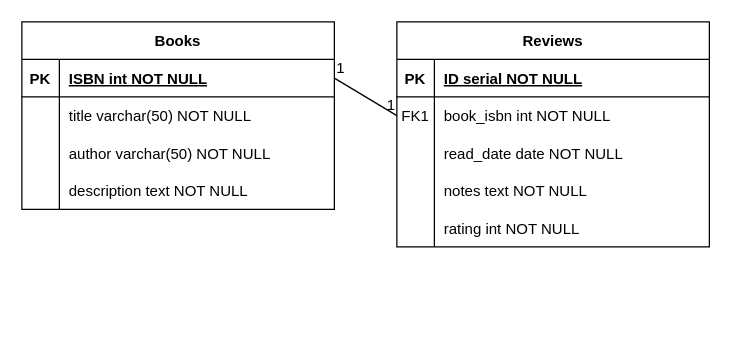
Above: SQL/CapstoneProject_BookNotes.drawio in KovacsDe17/webdev-capstone-5 (draw.io), before the change. Source tidied: cells renumbered, new cells numbered last; positions are measured from the earlier drawing's top-left corner, leaving out a move shared by most shapes. Both pictures are drawn from the tidied source at 125%, with x=0, y=0 at pixel (21, 21).
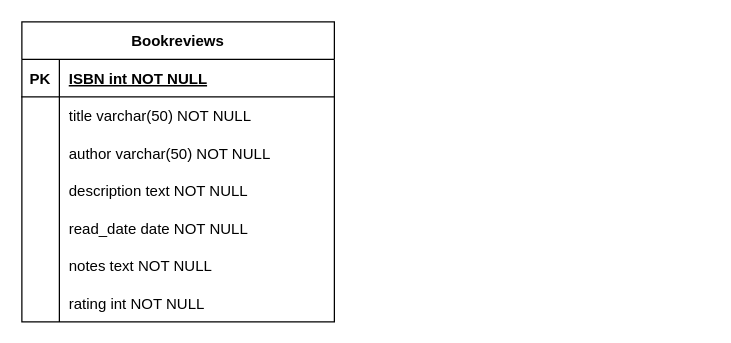
The same diagram, later.

Unchanged cells that the change refers to:
```xml
<mxCell id="19" style="shape=partialRectangle;fillColor=none;points=[[0,0.5],[1,0.5]];portConstraint=eastwest;top=0;left=0;right=0;bottom=1;" parent="18" vertex="1">
  <mxGeometry y="30" width="250" height="30" as="geometry" />
</mxCell>
```

The edit, as a diff of the source:
```diff
@@
-    <mxCell id="2" value="Reviews" style="shape=table;startSize=30;childLayout=tableLayout;rowLines=0;fontStyle=1;align=center;" parent="1" vertex="1">
-      <mxGeometry x="300" width="250" height="180" as="geometry" />
-    </mxCell>
-    <mxCell id="3" style="shape=partialRectangle;fillColor=none;top=0;left=0;right=0;bottom=1;" parent="2" vertex="1">
-      <mxGeometry y="30" width="250" height="30" as="geometry" />
-    </mxCell>
-    <mxCell id="4" value="PK" style="shape=partialRectangle;overflow=hidden;fillColor=none;top=0;left=0;bottom=0;right=0;fontStyle=1;" parent="3" vertex="1">
-      <mxGeometry width="30" height="30" as="geometry" />
-    </mxCell>
-    <mxCell id="5" value="ID serial NOT NULL " style="shape=partialRectangle;overflow=hidden;fillColor=none;top=0;left=0;bottom=0;right=0;align=left;spacingLeft=6;fontStyle=5;" parent="3" vertex="1">
-      <mxGeometry x="30" width="220" height="30" as="geometry" />
-    </mxCell>
-    <mxCell id="6" style="shape=partialRectangle;fillColor=none;points=[[0,0.5],[1,0.5]];portConstraint=eastwest;top=0;left=0;right=0;bottom=0;" parent="2" vertex="1">
-      <mxGeometry y="60" width="250" height="30" as="geometry" />
-    </mxCell>
-    <mxCell id="7" value="FK1" style="shape=partialRectangle;overflow=hidden;fillColor=none;top=0;left=0;bottom=0;right=0;" parent="6" vertex="1">
-      <mxGeometry width="30" height="30" as="geometry" />
-    </mxCell>
-    <mxCell id="8" value="book_isbn int NOT NULL" style="shape=partialRectangle;overflow=hidden;fillColor=none;top=0;left=0;bottom=0;right=0;align=left;spacingLeft=6;" parent="6" vertex="1">
-      <mxGeometry x="30" width="220" height="30" as="geometry" />
-    </mxCell>
-    <mxCell id="9" style="shape=partialRectangle;fillColor=none;top=0;left=0;right=0;bottom=0;" parent="2" vertex="1">
-      <mxGeometry y="90" width="250" height="30" as="geometry" />
-    </mxCell>
-    <mxCell id="10" style="shape=partialRectangle;overflow=hidden;fillColor=none;top=0;left=0;bottom=0;right=0;" parent="9" vertex="1">
-      <mxGeometry width="30" height="30" as="geometry" />
-    </mxCell>
-    <mxCell id="11" value="read_date date NOT NULL" style="shape=partialRectangle;overflow=hidden;fillColor=none;top=0;left=0;bottom=0;right=0;align=left;spacingLeft=6;" parent="9" vertex="1">
-      <mxGeometry x="30" width="220" height="30" as="geometry" />
-    </mxCell>
-    <mxCell id="12" style="shape=partialRectangle;fillColor=none;top=0;left=0;right=0;bottom=0;" parent="2" vertex="1">
-      <mxGeometry y="120" width="250" height="30" as="geometry" />
-    </mxCell>
-    <mxCell id="13" style="shape=partialRectangle;overflow=hidden;fillColor=none;top=0;left=0;bottom=0;right=0;" parent="12" vertex="1">
-      <mxGeometry width="30" height="30" as="geometry" />
-    </mxCell>
-    <mxCell id="14" value="notes text NOT NULL" style="shape=partialRectangle;overflow=hidden;fillColor=none;top=0;left=0;bottom=0;right=0;align=left;spacingLeft=6;" parent="12" vertex="1">
-      <mxGeometry x="30" width="220" height="30" as="geometry" />
-    </mxCell>
-    <mxCell id="15" style="shape=partialRectangle;fillColor=none;top=0;left=0;right=0;bottom=0;" parent="2" vertex="1">
-      <mxGeometry y="150" width="250" height="30" as="geometry" />
-    </mxCell>
-    <mxCell id="16" style="shape=partialRectangle;overflow=hidden;fillColor=none;top=0;left=0;bottom=0;right=0;" parent="15" vertex="1">
-      <mxGeometry width="30" height="30" as="geometry" />
-    </mxCell>
-    <mxCell id="17" value="rating int NOT NULL" style="shape=partialRectangle;overflow=hidden;fillColor=none;top=0;left=0;bottom=0;right=0;align=left;spacingLeft=6;" parent="15" vertex="1">
-      <mxGeometry x="30" width="220" height="30" as="geometry" />
-    </mxCell>
-    <mxCell id="18" value="Books" style="shape=table;startSize=30;childLayout=tableLayout;rowLines=0;fontStyle=1;align=center;" parent="1" vertex="1">
-      <mxGeometry width="250" height="150" as="geometry" />
+    <mxCell id="18" value="Bookreviews" style="shape=table;startSize=30;childLayout=tableLayout;rowLines=0;fontStyle=1;align=center;" parent="1" vertex="1">
+      <mxGeometry width="250" height="240" as="geometry" />
     </mxCell>
@@
-    <mxCell id="31" style="endArrow=none;html=1;rounded=0;exitX=1;exitY=0.5;exitDx=0;exitDy=0;entryX=0;entryY=0.5;entryDx=0;entryDy=0;" parent="1" edge="1" source="19" target="6">
-      <mxGeometry relative="1" as="geometry" />
-    </mxCell>
-    <mxCell id="32" value="1" style="html=1;whiteSpace=wrap;align=left;verticalAlign=bottom;" parent="31" vertex="1">
-      <mxGeometry x="-1" relative="1" as="geometry" />
-    </mxCell>
-    <mxCell id="33" value="1" style="html=1;whiteSpace=wrap;align=right;verticalAlign=bottom;" parent="31" vertex="1">
-      <mxGeometry x="1" relative="1" as="geometry" />
-    </mxCell>
+    <mxCell id="15" style="shape=partialRectangle;fillColor=none;top=0;left=0;right=0;bottom=0;" parent="18" vertex="1">
+      <mxGeometry y="150" width="250" height="30" as="geometry" />
+    </mxCell>
+    <mxCell id="34" style="shape=partialRectangle;overflow=hidden;fillColor=none;top=0;left=0;bottom=0;right=0;" parent="15" vertex="1">
+      <mxGeometry width="30" height="30" as="geometry" />
+    </mxCell>
+    <mxCell id="35" style="shape=partialRectangle;overflow=hidden;fillColor=none;top=0;left=0;bottom=0;right=0;align=left;spacingLeft=6;" parent="15" vertex="1">
+      <mxGeometry x="30" width="220" height="30" as="geometry" />
+    </mxCell>
+    <mxCell id="36" style="shape=partialRectangle;fillColor=none;top=0;left=0;right=0;bottom=0;" parent="18" vertex="1">
+      <mxGeometry y="180" width="250" height="30" as="geometry" />
+    </mxCell>
+    <mxCell id="37" style="shape=partialRectangle;overflow=hidden;fillColor=none;top=0;left=0;bottom=0;right=0;" parent="36" vertex="1">
+      <mxGeometry width="30" height="30" as="geometry" />
+    </mxCell>
+    <mxCell id="38" style="shape=partialRectangle;overflow=hidden;fillColor=none;top=0;left=0;bottom=0;right=0;align=left;spacingLeft=6;" parent="36" vertex="1">
+      <mxGeometry x="30" width="220" height="30" as="geometry" />
+    </mxCell>
+    <mxCell id="39" style="shape=partialRectangle;fillColor=none;top=0;left=0;right=0;bottom=0;" parent="18" vertex="1">
+      <mxGeometry y="210" width="250" height="30" as="geometry" />
+    </mxCell>
+    <mxCell id="40" style="shape=partialRectangle;overflow=hidden;fillColor=none;top=0;left=0;bottom=0;right=0;" parent="39" vertex="1">
+      <mxGeometry width="30" height="30" as="geometry" />
+    </mxCell>
+    <mxCell id="41" style="shape=partialRectangle;overflow=hidden;fillColor=none;top=0;left=0;bottom=0;right=0;align=left;spacingLeft=6;" parent="39" vertex="1">
+      <mxGeometry x="30" width="220" height="30" as="geometry" />
+    </mxCell>
+    <mxCell id="11" value="read_date date NOT NULL" style="shape=partialRectangle;overflow=hidden;fillColor=none;top=0;left=0;bottom=0;right=0;align=left;spacingLeft=6;" parent="1" vertex="1">
+      <mxGeometry x="30" y="150" width="220" height="30" as="geometry" />
+    </mxCell>
+    <mxCell id="14" value="notes text NOT NULL" style="shape=partialRectangle;overflow=hidden;fillColor=none;top=0;left=0;bottom=0;right=0;align=left;spacingLeft=6;" parent="1" vertex="1">
+      <mxGeometry x="30" y="180" width="220" height="30" as="geometry" />
+    </mxCell>
+    <mxCell id="17" value="rating int NOT NULL" style="shape=partialRectangle;overflow=hidden;fillColor=none;top=0;left=0;bottom=0;right=0;align=left;spacingLeft=6;" parent="1" vertex="1">
+      <mxGeometry x="30" y="210" width="220" height="30" as="geometry" />
+    </mxCell>
```
